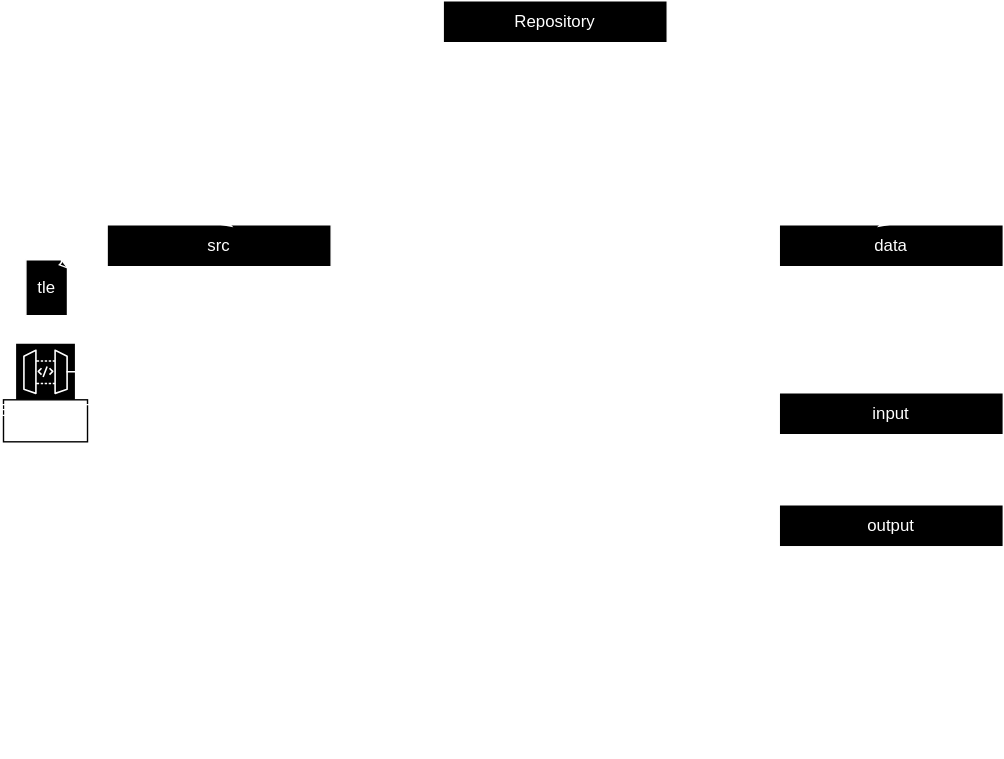
Earlier version of the draw.io export assets/software_architecture_vF.svg (connor-a-casey/fso-simulation). Source tidied: cells renumbered, new cells last; positions are measured from the earlier drawing's top-left corner, leaving out a move shared by most shapes.
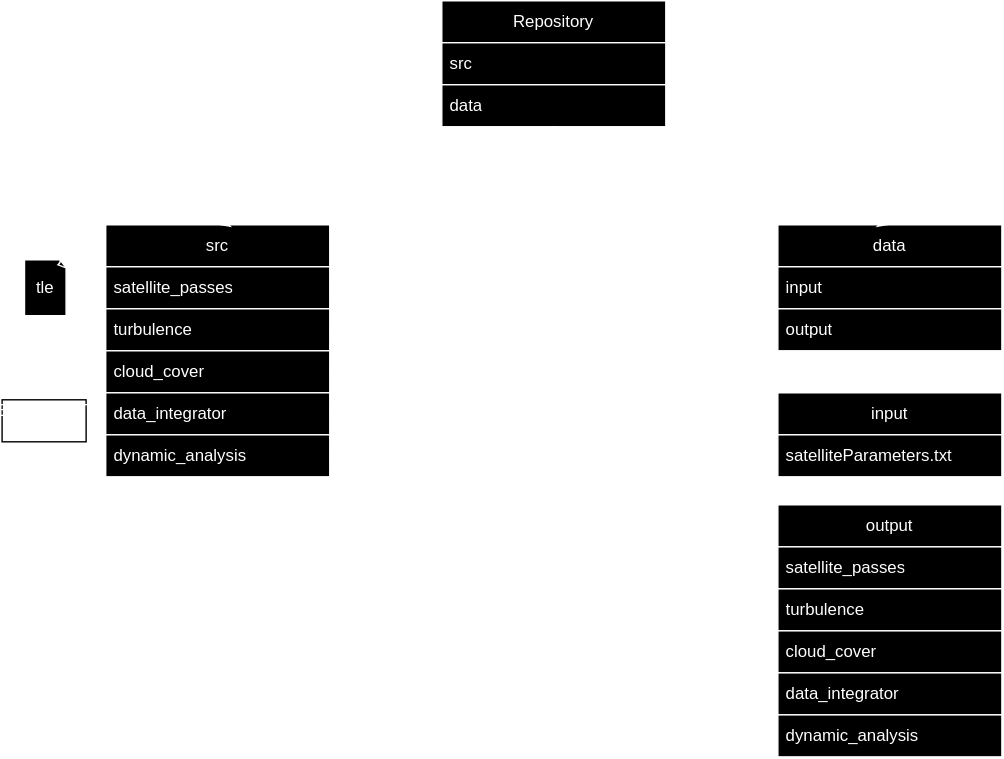
Later version of the same file.

What changed in the source:
```diff
@@ -1,65 +1,65 @@
-<mxGraphModel background="#ffffff">
+<mxGraphModel>
   <root>
     <mxCell id="0" />
     <mxCell id="1" parent="0" />
     <mxCell id="2" value="Repository" style="swimlane;fontStyle=0;horizontal=1;startSize=30;whiteSpace=wrap;html=1;strokeColor=#FFFFFF;fontColor=#FFFFFF;fillColor=#000000;" parent="1" vertex="1">
       <mxGeometry x="314" width="160" height="90" as="geometry" />
     </mxCell>
-    <mxCell id="3" value="src" style="text;strokeColor=#FFFFFF;fillColor=none;align=left;verticalAlign=middle;spacingLeft=4;spacingRight=4;overflow=hidden;whiteSpace=wrap;html=1;fontColor=#FFFFFF;" parent="2" vertex="1">
+    <mxCell id="3" value="src" style="text;strokeColor=#FFFFFF;fillColor=#000000;align=left;verticalAlign=middle;spacingLeft=4;spacingRight=4;overflow=hidden;whiteSpace=wrap;html=1;fontColor=#FFFFFF;" parent="2" vertex="1">
       <mxGeometry y="30" width="160" height="30" as="geometry" />
     </mxCell>
-    <mxCell id="4" value="data" style="text;strokeColor=#FFFFFF;fillColor=none;align=left;verticalAlign=middle;spacingLeft=4;spacingRight=4;overflow=hidden;whiteSpace=wrap;html=1;fontColor=#FFFFFF;" parent="2" vertex="1">
+    <mxCell id="4" value="data" style="text;strokeColor=#FFFFFF;fillColor=#000000;align=left;verticalAlign=middle;spacingLeft=4;spacingRight=4;overflow=hidden;whiteSpace=wrap;html=1;fontColor=#FFFFFF;" parent="2" vertex="1">
       <mxGeometry y="60" width="160" height="30" as="geometry" />
     </mxCell>
     <mxCell id="5" value="src" style="swimlane;fontStyle=0;horizontal=1;startSize=30;whiteSpace=wrap;html=1;strokeColor=#FFFFFF;fontColor=#FFFFFF;fillColor=#000000;" parent="1" vertex="1">
       <mxGeometry x="74" y="160" width="160" height="180" as="geometry" />
     </mxCell>
-    <mxCell id="6" value="satellite_passes" style="text;strokeColor=#FFFFFF;fillColor=none;align=left;verticalAlign=middle;spacingLeft=4;spacingRight=4;overflow=hidden;points=[[0,0.5],[1,0.5]];portConstraint=eastwest;whiteSpace=wrap;html=1;fontColor=#FFFFFF;" parent="5" vertex="1">
+    <mxCell id="6" value="satellite_passes" style="text;strokeColor=#FFFFFF;fillColor=#000000;align=left;verticalAlign=middle;spacingLeft=4;spacingRight=4;overflow=hidden;points=[[0,0.5],[1,0.5]];portConstraint=eastwest;whiteSpace=wrap;html=1;fontColor=#FFFFFF;" parent="5" vertex="1">
       <mxGeometry y="30" width="160" height="30" as="geometry" />
     </mxCell>
-    <mxCell id="7" value="turbulence" style="text;strokeColor=#FFFFFF;fillColor=none;align=left;verticalAlign=middle;spacingLeft=4;spacingRight=4;overflow=hidden;points=[[0,0.5],[1,0.5]];portConstraint=eastwest;whiteSpace=wrap;html=1;fontColor=#FFFFFF;" parent="5" vertex="1">
+    <mxCell id="7" value="turbulence" style="text;strokeColor=#FFFFFF;fillColor=#000000;align=left;verticalAlign=middle;spacingLeft=4;spacingRight=4;overflow=hidden;points=[[0,0.5],[1,0.5]];portConstraint=eastwest;whiteSpace=wrap;html=1;fontColor=#FFFFFF;" parent="5" vertex="1">
       <mxGeometry y="60" width="160" height="30" as="geometry" />
     </mxCell>
-    <mxCell id="8" value="cloud_cover" style="text;strokeColor=#FFFFFF;fillColor=none;align=left;verticalAlign=middle;spacingLeft=4;spacingRight=4;overflow=hidden;points=[[0,0.5],[1,0.5]];portConstraint=eastwest;whiteSpace=wrap;html=1;fontColor=#FFFFFF;" parent="5" vertex="1">
+    <mxCell id="8" value="cloud_cover" style="text;strokeColor=#FFFFFF;fillColor=#000000;align=left;verticalAlign=middle;spacingLeft=4;spacingRight=4;overflow=hidden;points=[[0,0.5],[1,0.5]];portConstraint=eastwest;whiteSpace=wrap;html=1;fontColor=#FFFFFF;" parent="5" vertex="1">
       <mxGeometry y="90" width="160" height="30" as="geometry" />
     </mxCell>
-    <mxCell id="9" value="data_integrator" style="text;strokeColor=#FFFFFF;fillColor=none;align=left;verticalAlign=middle;spacingLeft=4;spacingRight=4;overflow=hidden;points=[[0,0.5],[1,0.5]];portConstraint=eastwest;whiteSpace=wrap;html=1;fontColor=#FFFFFF;" parent="5" vertex="1">
+    <mxCell id="9" value="data_integrator" style="text;strokeColor=#FFFFFF;fillColor=#000000;align=left;verticalAlign=middle;spacingLeft=4;spacingRight=4;overflow=hidden;points=[[0,0.5],[1,0.5]];portConstraint=eastwest;whiteSpace=wrap;html=1;fontColor=#FFFFFF;" parent="5" vertex="1">
       <mxGeometry y="120" width="160" height="30" as="geometry" />
     </mxCell>
-    <mxCell id="10" value="dynamic_analysis" style="text;strokeColor=#FFFFFF;fillColor=none;align=left;verticalAlign=middle;spacingLeft=4;spacingRight=4;overflow=hidden;points=[[0,0.5],[1,0.5]];portConstraint=eastwest;whiteSpace=wrap;html=1;fontColor=#FFFFFF;" parent="5" vertex="1">
+    <mxCell id="10" value="dynamic_analysis" style="text;strokeColor=#FFFFFF;fillColor=#000000;align=left;verticalAlign=middle;spacingLeft=4;spacingRight=4;overflow=hidden;points=[[0,0.5],[1,0.5]];portConstraint=eastwest;whiteSpace=wrap;html=1;fontColor=#FFFFFF;" parent="5" vertex="1">
       <mxGeometry y="150" width="160" height="30" as="geometry" />
     </mxCell>
     <mxCell id="11" value="data" style="swimlane;fontStyle=0;horizontal=1;startSize=30;whiteSpace=wrap;html=1;strokeColor=#FFFFFF;fontColor=#FFFFFF;fillColor=#000000;" parent="1" vertex="1">
       <mxGeometry x="554" y="160" width="160" height="90" as="geometry" />
     </mxCell>
-    <mxCell id="12" value="input" style="text;strokeColor=#FFFFFF;fillColor=none;align=left;verticalAlign=middle;spacingLeft=4;spacingRight=4;overflow=hidden;whiteSpace=wrap;html=1;fontColor=#FFFFFF;" parent="11" vertex="1">
+    <mxCell id="12" value="input" style="text;strokeColor=#FFFFFF;fillColor=#000000;align=left;verticalAlign=middle;spacingLeft=4;spacingRight=4;overflow=hidden;whiteSpace=wrap;html=1;fontColor=#FFFFFF;" parent="11" vertex="1">
       <mxGeometry y="30" width="160" height="30" as="geometry" />
     </mxCell>
-    <mxCell id="13" value="output" style="text;strokeColor=#FFFFFF;fillColor=none;align=left;verticalAlign=middle;spacingLeft=4;spacingRight=4;overflow=hidden;whiteSpace=wrap;html=1;fontColor=#FFFFFF;" parent="11" vertex="1">
+    <mxCell id="13" value="output" style="text;strokeColor=#FFFFFF;fillColor=#000000;align=left;verticalAlign=middle;spacingLeft=4;spacingRight=4;overflow=hidden;whiteSpace=wrap;html=1;fontColor=#FFFFFF;" parent="11" vertex="1">
       <mxGeometry y="60" width="160" height="30" as="geometry" />
     </mxCell>
     <mxCell id="14" value="input" style="swimlane;fontStyle=0;horizontal=1;startSize=30;whiteSpace=wrap;html=1;strokeColor=#FFFFFF;fontColor=#FFFFFF;fillColor=#000000;" parent="1" vertex="1">
       <mxGeometry x="554" y="280" width="160" height="60" as="geometry" />
     </mxCell>
-    <mxCell id="15" value="satelliteParameters.txt" style="text;strokeColor=#FFFFFF;fillColor=none;align=left;verticalAlign=middle;spacingLeft=4;spacingRight=4;overflow=hidden;points=[[0,0.5],[1,0.5]];portConstraint=eastwest;whiteSpace=wrap;html=1;fontColor=#FFFFFF;" parent="14" vertex="1">
+    <mxCell id="15" value="satelliteParameters.txt" style="text;strokeColor=#FFFFFF;fillColor=#000000;align=left;verticalAlign=middle;spacingLeft=4;spacingRight=4;overflow=hidden;points=[[0,0.5],[1,0.5]];portConstraint=eastwest;whiteSpace=wrap;html=1;fontColor=#FFFFFF;" parent="14" vertex="1">
       <mxGeometry y="30" width="160" height="30" as="geometry" />
     </mxCell>
     <mxCell id="16" value="output" style="swimlane;fontStyle=0;horizontal=1;startSize=30;whiteSpace=wrap;html=1;strokeColor=#FFFFFF;fontColor=#FFFFFF;fillColor=#000000;" parent="1" vertex="1">
       <mxGeometry x="554" y="360" width="160" height="180" as="geometry" />
     </mxCell>
-    <mxCell id="17" value="satellite_passes" style="text;strokeColor=#FFFFFF;fillColor=none;align=left;verticalAlign=middle;spacingLeft=4;spacingRight=4;overflow=hidden;points=[[0,0.5],[1,0.5]];portConstraint=eastwest;whiteSpace=wrap;html=1;fontColor=#FFFFFF;" parent="16" vertex="1">
+    <mxCell id="17" value="satellite_passes" style="text;strokeColor=#FFFFFF;fillColor=#000000;align=left;verticalAlign=middle;spacingLeft=4;spacingRight=4;overflow=hidden;points=[[0,0.5],[1,0.5]];portConstraint=eastwest;whiteSpace=wrap;html=1;fontColor=#FFFFFF;" parent="16" vertex="1">
       <mxGeometry y="30" width="160" height="30" as="geometry" />
     </mxCell>
-    <mxCell id="18" value="turbulence" style="text;strokeColor=#FFFFFF;fillColor=none;align=left;verticalAlign=middle;spacingLeft=4;spacingRight=4;overflow=hidden;points=[[0,0.5],[1,0.5]];portConstraint=eastwest;whiteSpace=wrap;html=1;fontColor=#FFFFFF;" parent="16" vertex="1">
+    <mxCell id="18" value="turbulence" style="text;strokeColor=#FFFFFF;fillColor=#000000;align=left;verticalAlign=middle;spacingLeft=4;spacingRight=4;overflow=hidden;points=[[0,0.5],[1,0.5]];portConstraint=eastwest;whiteSpace=wrap;html=1;fontColor=#FFFFFF;" parent="16" vertex="1">
       <mxGeometry y="60" width="160" height="30" as="geometry" />
     </mxCell>
-    <mxCell id="19" value="cloud_cover" style="text;strokeColor=#FFFFFF;fillColor=none;align=left;verticalAlign=middle;spacingLeft=4;spacingRight=4;overflow=hidden;points=[[0,0.5],[1,0.5]];portConstraint=eastwest;whiteSpace=wrap;html=1;fontColor=#FFFFFF;" parent="16" vertex="1">
+    <mxCell id="19" value="cloud_cover" style="text;strokeColor=#FFFFFF;fillColor=#000000;align=left;verticalAlign=middle;spacingLeft=4;spacingRight=4;overflow=hidden;points=[[0,0.5],[1,0.5]];portConstraint=eastwest;whiteSpace=wrap;html=1;fontColor=#FFFFFF;" parent="16" vertex="1">
       <mxGeometry y="90" width="160" height="30" as="geometry" />
     </mxCell>
-    <mxCell id="20" value="data_integrator" style="text;strokeColor=#FFFFFF;fillColor=none;align=left;verticalAlign=middle;spacingLeft=4;spacingRight=4;overflow=hidden;points=[[0,0.5],[1,0.5]];portConstraint=eastwest;whiteSpace=wrap;html=1;fontColor=#FFFFFF;" parent="16" vertex="1">
+    <mxCell id="20" value="data_integrator" style="text;strokeColor=#FFFFFF;fillColor=#000000;align=left;verticalAlign=middle;spacingLeft=4;spacingRight=4;overflow=hidden;points=[[0,0.5],[1,0.5]];portConstraint=eastwest;whiteSpace=wrap;html=1;fontColor=#FFFFFF;" parent="16" vertex="1">
       <mxGeometry y="120" width="160" height="30" as="geometry" />
     </mxCell>
-    <mxCell id="21" value="dynamic_analysis" style="text;strokeColor=#FFFFFF;fillColor=none;align=left;verticalAlign=middle;spacingLeft=4;spacingRight=4;overflow=hidden;points=[[0,0.5],[1,0.5]];portConstraint=eastwest;whiteSpace=wrap;html=1;fontColor=#FFFFFF;" parent="16" vertex="1">
+    <mxCell id="21" value="dynamic_analysis" style="text;strokeColor=#FFFFFF;fillColor=#000000;align=left;verticalAlign=middle;spacingLeft=4;spacingRight=4;overflow=hidden;points=[[0,0.5],[1,0.5]];portConstraint=eastwest;whiteSpace=wrap;html=1;fontColor=#FFFFFF;" parent="16" vertex="1">
       <mxGeometry y="150" width="160" height="30" as="geometry" />
     </mxCell>
     <mxCell id="22" style="endArrow=classic;html=1;rounded=0;exitX=0.5;exitY=1;exitDx=0;exitDy=0;entryX=0.5;entryY=0;entryDx=0;entryDy=0;strokeColor=#FFFFFF;fontColor=#FFFFFF;" parent="1" edge="1" source="2" target="5">
@@ -142,7 +142,7 @@
         <mxPoint x="74" y="265" as="targetPoint" />
       </mxGeometry>
     </mxCell>
-    <mxCell id="47" style="sketch=0;dashed=0;verticalLabelPosition=bottom;verticalAlign=top;align=center;html=1;fontSize=12;fontStyle=0;shape=mxgraph.aws4.resourceIcon;resIcon=mxgraph.aws4.api_gateway;fillStyle=solid;strokeColor=#FFFFFF;fontColor=#FFFFFF;fillColor=#000000;" parent="1" vertex="1">
+    <mxCell id="47" style="sketch=0;dashed=0;verticalLabelPosition=bottom;verticalAlign=top;align=center;html=1;fontSize=12;fontStyle=0;shape=mxgraph.aws4.resourceIcon;resIcon=mxgraph.aws4.api_gateway;fillStyle=solid;strokeColor=#FFFFFF;fontColor=#FFFFFF;fillColor=none;" parent="1" vertex="1">
       <mxGeometry x="9" y="245" width="42" height="40" as="geometry" />
     </mxCell>
     <mxCell id="48" style="line;strokeWidth=1;fillColor=none;align=left;verticalAlign=middle;spacingTop=-1;spacingLeft=3;spacingRight=3;labelPosition=right;strokeColor=#FFFFFF;fontColor=#FFFFFF;" parent="1" vertex="1">
```
